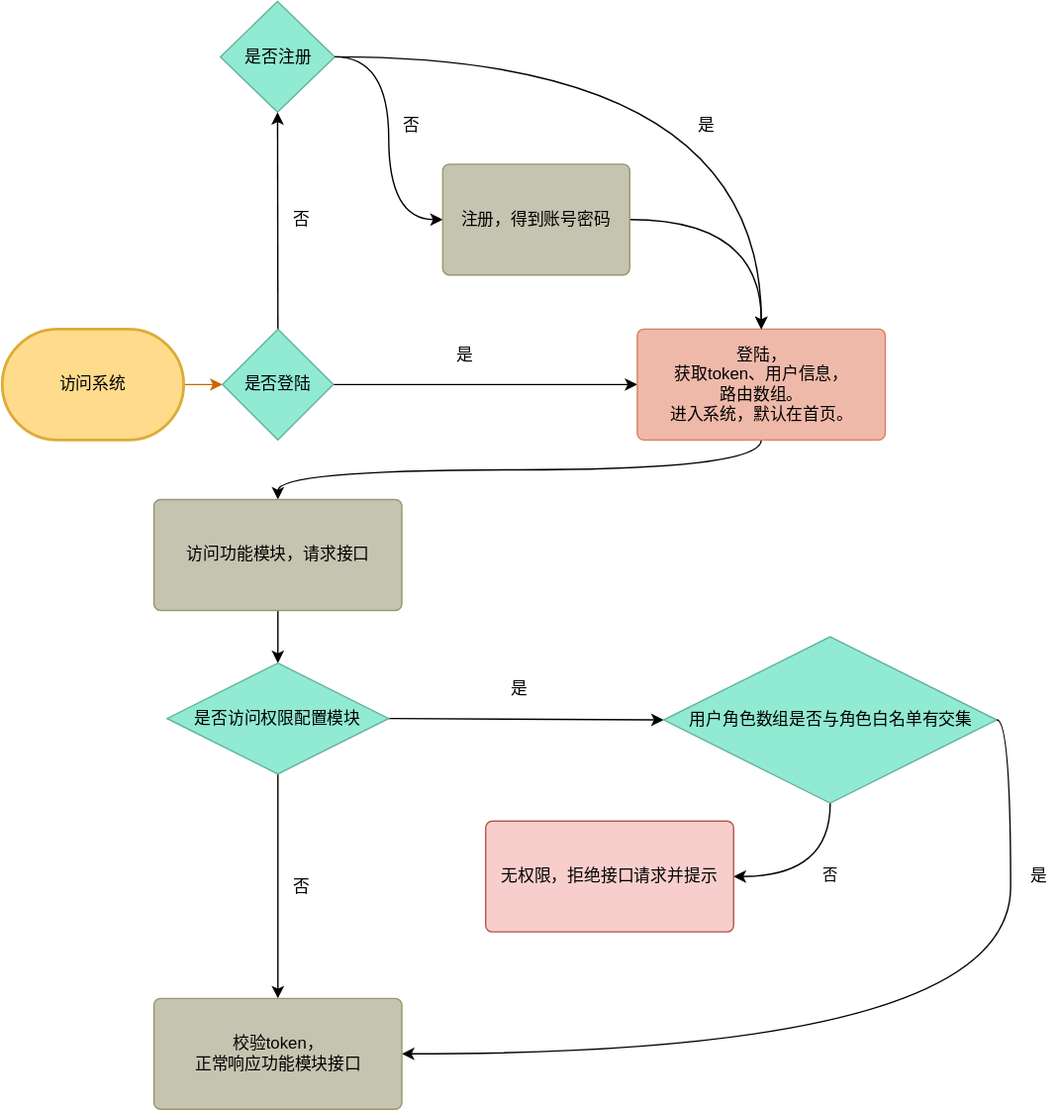
FHSWar/full-stack keeps this draw.io diagram as shared/后台系统——登陆与权限.svg. Above is the earlier version. Source tidied: cells renumbered, new cells last; positions are measured from the earlier drawing's top-left corner, leaving out a move shared by most shapes.
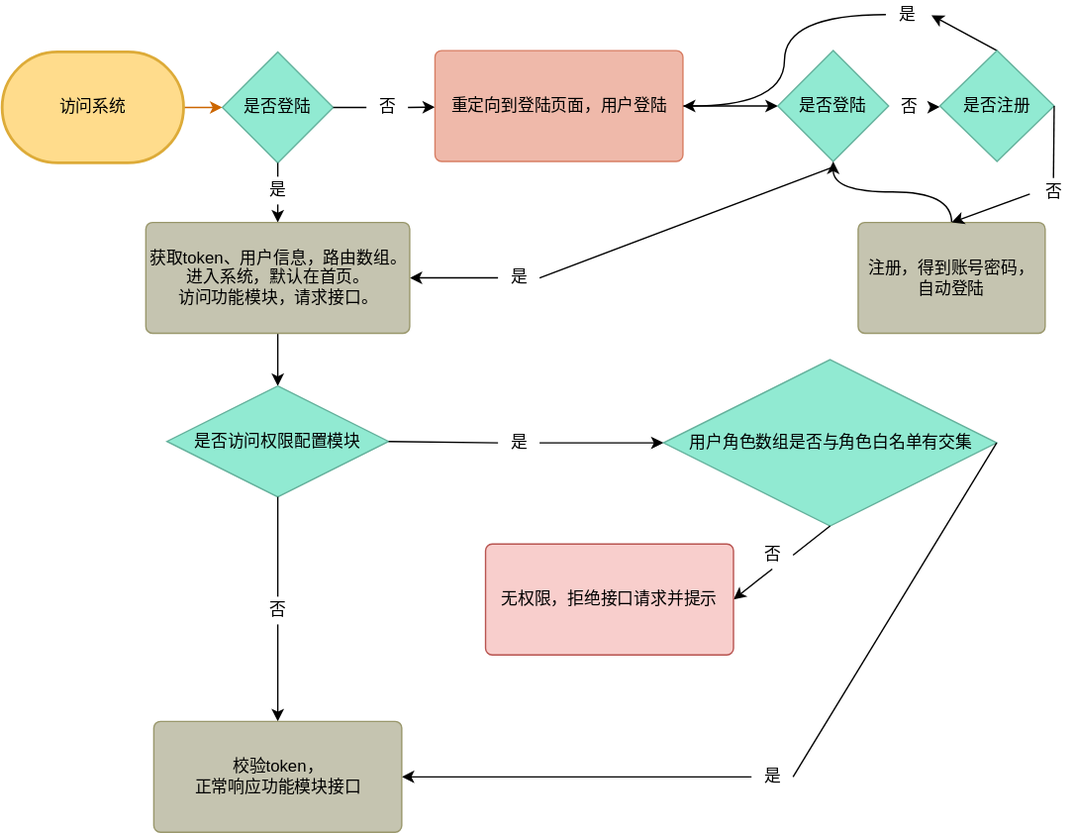
After the change.

Commit message:
refactor: 流程图调整

Diff of the diagram source:
```diff
@@ -8,20 +8,23 @@
     <mxCell id="3" value="访问系统" style="shape=mxgraph.flowchart.terminator;whiteSpace=wrap;html=1;fillColor=#FFDC8C;strokeColor=#DDAB38;strokeWidth=2;" parent="1" vertex="1">
       <mxGeometry y="237" width="131" height="80" as="geometry" />
     </mxCell>
-    <mxCell id="4" style="edgeStyle=none;html=1;exitX=0.5;exitY=0;exitDx=0;exitDy=0;exitPerimeter=0;entryX=0.5;entryY=1;entryDx=0;entryDy=0;entryPerimeter=0;" parent="1" edge="1" source="6" target="16">
-      <mxGeometry relative="1" as="geometry" />
-    </mxCell>
-    <mxCell id="5" style="edgeStyle=none;html=1;exitX=1;exitY=0.5;exitDx=0;exitDy=0;exitPerimeter=0;" parent="1" edge="1" source="6" target="8">
+    <mxCell id="5" style="edgeStyle=none;html=1;exitX=1;exitY=0.5;exitDx=0;exitDy=0;exitPerimeter=0;startArrow=none;" parent="1" edge="1" source="47" target="8">
       <mxGeometry relative="1" as="geometry" />
     </mxCell>
+    <mxCell id="33" style="edgeStyle=none;html=1;startArrow=none;" parent="1" edge="1" source="45" target="11">
+      <mxGeometry relative="1" as="geometry" />
+    </mxCell>
     <mxCell id="6" value="是否登陆" style="shape=mxgraph.flowchart.decision;whiteSpace=wrap;html=1;fillColor=#91EAD2;strokeColor=#64B19C;strokeWidth=1;" parent="1" vertex="1">
       <mxGeometry x="159" y="237" width="80" height="80" as="geometry" />
     </mxCell>
-    <mxCell id="7" style="edgeStyle=orthogonalEdgeStyle;html=1;exitX=0.5;exitY=1;exitDx=0;exitDy=0;exitPerimeter=0;entryX=0.5;entryY=0;entryDx=0;entryDy=0;entryPerimeter=0;curved=1;" parent="1" edge="1" source="8" target="11">
+    <mxCell id="7" style="html=1;exitX=0;exitY=0.5;exitDx=0;exitDy=0;exitPerimeter=0;entryX=1;entryY=0.5;entryDx=0;entryDy=0;entryPerimeter=0;startArrow=none;" parent="1" edge="1" source="42" target="11">
       <mxGeometry relative="1" as="geometry" />
     </mxCell>
+    <mxCell id="34" style="html=1;exitX=1;exitY=0.5;exitDx=0;exitDy=0;exitPerimeter=0;" parent="1" edge="1" source="8" target="36">
+      <mxGeometry relative="1" as="geometry" />
+    </mxCell>
-    <mxCell id="8" value="登陆，&lt;br&gt;获取token、用户信息，&lt;br&gt;路由数组。&lt;br&gt;进入系统，默认在首页。" style="shape=mxgraph.flowchart.process;whiteSpace=wrap;html=1;fillColor=#EFB9AA;strokeColor=#D77D63;strokeWidth=1;" parent="1" vertex="1">
-      <mxGeometry x="458.5" y="237" width="179" height="80" as="geometry" />
+    <mxCell id="8" value="重定向到登陆页面，用户登陆" style="shape=mxgraph.flowchart.process;whiteSpace=wrap;html=1;fillColor=#EFB9AA;strokeColor=#D77D63;strokeWidth=1;" parent="1" vertex="1">
+      <mxGeometry x="312.5" y="236" width="179" height="80" as="geometry" />
     </mxCell>
     <mxCell id="9" value="&lt;span style=&quot;color: rgba(0 , 0 , 0 , 0) ; font-family: monospace ; font-size: 0px&quot;&gt;dfdf&lt;/span&gt;" style="text;html=1;align=center;verticalAlign=middle;" parent="1" vertex="1">
       <mxGeometry x="285" y="246" width="20" height="20" as="geometry" />
@@ -29,45 +32,25 @@
     <mxCell id="10" style="edgeStyle=none;html=1;exitX=0.5;exitY=1;exitDx=0;exitDy=0;exitPerimeter=0;entryX=0.5;entryY=0;entryDx=0;entryDy=0;entryPerimeter=0;" parent="1" edge="1" source="11" target="14">
       <mxGeometry relative="1" as="geometry" />
     </mxCell>
-    <mxCell id="11" value="访问功能模块，请求接口" style="shape=mxgraph.flowchart.process;whiteSpace=wrap;html=1;fillColor=#C5C4B0;strokeColor=#99976B;strokeWidth=1;" parent="1" vertex="1">
-      <mxGeometry x="109.5" y="360" width="179" height="80" as="geometry" />
+    <mxCell id="11" value="&lt;span&gt;获取token、用户信息，&lt;/span&gt;&lt;span&gt;路由数组。&lt;/span&gt;&lt;br&gt;进入系统，默认在首页。&lt;br&gt;访问功能模块，请求接口。" style="shape=mxgraph.flowchart.process;whiteSpace=wrap;html=1;fillColor=#C5C4B0;strokeColor=#99976B;strokeWidth=1;" parent="1" vertex="1">
+      <mxGeometry x="103.8" y="360" width="190.5" height="80" as="geometry" />
     </mxCell>
-    <mxCell id="12" style="edgeStyle=none;html=1;exitX=1;exitY=0.5;exitDx=0;exitDy=0;exitPerimeter=0;entryX=0;entryY=0.5;entryDx=0;entryDy=0;entryPerimeter=0;" parent="1" edge="1" source="14" target="22">
+    <mxCell id="12" style="edgeStyle=none;html=1;exitX=1;exitY=0.5;exitDx=0;exitDy=0;exitPerimeter=0;entryX=0;entryY=0.5;entryDx=0;entryDy=0;entryPerimeter=0;startArrow=none;" parent="1" edge="1" source="30" target="22">
       <mxGeometry relative="1" as="geometry" />
     </mxCell>
-    <mxCell id="13" style="edgeStyle=none;html=1;exitX=0.5;exitY=1;exitDx=0;exitDy=0;exitPerimeter=0;" parent="1" edge="1" source="14" target="24">
+    <mxCell id="13" style="edgeStyle=none;html=1;exitX=0.5;exitY=1;exitDx=0;exitDy=0;exitPerimeter=0;startArrow=none;" parent="1" edge="1" source="31" target="24">
       <mxGeometry relative="1" as="geometry" />
     </mxCell>
     <mxCell id="14" value="是否访问权限配置模块" style="shape=mxgraph.flowchart.decision;whiteSpace=wrap;html=1;fillColor=#91EAD2;strokeColor=#64B19C;strokeWidth=1;" parent="1" vertex="1">
       <mxGeometry x="119" y="478" width="160" height="80" as="geometry" />
     </mxCell>
-    <mxCell id="15" style="edgeStyle=orthogonalEdgeStyle;html=1;exitX=1;exitY=0.5;exitDx=0;exitDy=0;exitPerimeter=0;entryX=0;entryY=0.5;entryDx=0;entryDy=0;entryPerimeter=0;curved=1;" parent="1" edge="1" source="16" target="18">
-      <mxGeometry relative="1" as="geometry" />
-    </mxCell>
-    <mxCell id="16" value="是否注册" style="shape=mxgraph.flowchart.decision;whiteSpace=wrap;html=1;fillColor=#91EAD2;strokeColor=#64B19C;strokeWidth=1;" parent="1" vertex="1">
-      <mxGeometry x="157.5" y="0.5" width="82.5" height="80" as="geometry" />
-    </mxCell>
-    <mxCell id="17" style="edgeStyle=orthogonalEdgeStyle;html=1;exitX=1;exitY=0.5;exitDx=0;exitDy=0;exitPerimeter=0;entryX=0.5;entryY=0;entryDx=0;entryDy=0;entryPerimeter=0;curved=1;" parent="1" edge="1" source="18" target="8">
-      <mxGeometry relative="1" as="geometry" />
-    </mxCell>
-    <mxCell id="18" value="注册，得到账号密码" style="shape=mxgraph.flowchart.process;whiteSpace=wrap;html=1;fillColor=#C5C4B0;strokeColor=#99976B;strokeWidth=1;" parent="1" vertex="1">
-      <mxGeometry x="318" y="118" width="135" height="80" as="geometry" />
-    </mxCell>
-    <mxCell id="19" style="edgeStyle=orthogonalEdgeStyle;html=1;exitX=1;exitY=0.5;exitDx=0;exitDy=0;exitPerimeter=0;entryX=0.5;entryY=0;entryDx=0;entryDy=0;entryPerimeter=0;curved=1;" parent="1" edge="1" source="16" target="8">
-      <mxGeometry relative="1" as="geometry" />
-    </mxCell>
-    <mxCell id="20" style="edgeStyle=orthogonalEdgeStyle;html=1;exitX=0.5;exitY=1;exitDx=0;exitDy=0;exitPerimeter=0;entryX=1;entryY=0.5;entryDx=0;entryDy=0;entryPerimeter=0;curved=1;" parent="1" edge="1" source="22" target="25">
+    <mxCell id="20" style="html=1;exitX=0.5;exitY=1;exitDx=0;exitDy=0;exitPerimeter=0;entryX=1;entryY=0.5;entryDx=0;entryDy=0;entryPerimeter=0;startArrow=none;" parent="1" edge="1" source="52" target="25">
       <mxGeometry relative="1" as="geometry" />
     </mxCell>
-    <mxCell id="21" value="否" style="edgeLabel;html=1;align=center;verticalAlign=middle;" parent="20" vertex="1">
-      <mxGeometry x="-0.35" y="-12" relative="1" as="geometry">
-        <mxPoint x="12" y="11" as="offset" />
-      </mxGeometry>
-    </mxCell>
     <mxCell id="22" value="用户角色数组是否与角色白名单有交集" style="shape=mxgraph.flowchart.decision;whiteSpace=wrap;html=1;fillColor=#91EAD2;strokeColor=#64B19C;strokeWidth=1;" parent="1" vertex="1">
       <mxGeometry x="477.5" y="459" width="240.5" height="120" as="geometry" />
     </mxCell>
-    <mxCell id="23" style="edgeStyle=orthogonalEdgeStyle;curved=1;html=1;exitX=1;exitY=0.5;exitDx=0;exitDy=0;exitPerimeter=0;entryX=1;entryY=0.5;entryDx=0;entryDy=0;entryPerimeter=0;" parent="1" edge="1" source="22" target="24">
+    <mxCell id="23" style="html=1;entryX=1;entryY=0.5;entryDx=0;entryDy=0;entryPerimeter=0;startArrow=none;" parent="1" edge="1" source="32" target="24">
       <mxGeometry relative="1" as="geometry" />
     </mxCell>
     <mxCell id="24" value="校验token，&lt;br&gt;正常响应功能模块接口" style="shape=mxgraph.flowchart.process;whiteSpace=wrap;html=1;fillColor=#C5C4B0;strokeColor=#99976B;strokeWidth=1;" parent="1" vertex="1">
@@ -76,26 +59,88 @@
     <mxCell id="25" value="无权限，拒绝接口请求并提示" style="shape=mxgraph.flowchart.process;whiteSpace=wrap;html=1;fillColor=#f8cecc;strokeColor=#b85450;strokeWidth=1;" parent="1" vertex="1">
       <mxGeometry x="349" y="592" width="179" height="80" as="geometry" />
     </mxCell>
-    <mxCell id="26" value="否" style="text;html=1;align=center;verticalAlign=middle;strokeColor=none;fillColor=none;" parent="1" vertex="1">
-      <mxGeometry x="200.8" y="148" width="30" height="20" as="geometry" />
-    </mxCell>
-    <mxCell id="27" value="是" style="text;html=1;align=center;verticalAlign=middle;strokeColor=none;fillColor=none;" parent="1" vertex="1">
-      <mxGeometry x="493" y="80" width="30" height="20" as="geometry" />
-    </mxCell>
-    <mxCell id="28" value="否" style="text;html=1;align=center;verticalAlign=middle;strokeColor=none;fillColor=none;" parent="1" vertex="1">
-      <mxGeometry x="280" y="80" width="30" height="20" as="geometry" />
-    </mxCell>
-    <mxCell id="29" value="是" style="text;html=1;align=center;verticalAlign=middle;strokeColor=none;fillColor=none;" parent="1" vertex="1">
-      <mxGeometry x="319" y="246" width="30" height="20" as="geometry" />
-    </mxCell>
+    <mxCell id="35" style="edgeStyle=none;html=1;startArrow=none;" parent="1" edge="1" source="56" target="16">
+      <mxGeometry relative="1" as="geometry" />
+    </mxCell>
+    <mxCell id="36" value="是否登陆" style="shape=mxgraph.flowchart.decision;whiteSpace=wrap;html=1;fillColor=#91EAD2;strokeColor=#64B19C;strokeWidth=1;" parent="1" vertex="1">
+      <mxGeometry x="560" y="236" width="80" height="80" as="geometry" />
+    </mxCell>
+    <mxCell id="37" style="edgeStyle=orthogonalEdgeStyle;html=1;exitX=0.5;exitY=0;exitDx=0;exitDy=0;exitPerimeter=0;entryX=0.5;entryY=1;entryDx=0;entryDy=0;entryPerimeter=0;curved=1;" parent="1" edge="1" source="38" target="36">
+      <mxGeometry relative="1" as="geometry" />
+    </mxCell>
+    <mxCell id="38" value="注册，得到账号密码，&lt;br&gt;自动登陆" style="shape=mxgraph.flowchart.process;whiteSpace=wrap;html=1;fillColor=#C5C4B0;strokeColor=#99976B;strokeWidth=1;" parent="1" vertex="1">
+      <mxGeometry x="618" y="360" width="135" height="80" as="geometry" />
+    </mxCell>
+    <mxCell id="39" style="html=1;startArrow=none;entryX=1;entryY=0.5;entryDx=0;entryDy=0;entryPerimeter=0;edgeStyle=orthogonalEdgeStyle;curved=1;" parent="1" edge="1" source="51" target="8">
+      <mxGeometry relative="1" as="geometry" />
+    </mxCell>
+    <mxCell id="40" style="edgeStyle=none;html=1;exitX=-0.069;exitY=0.575;exitDx=0;exitDy=0;exitPerimeter=0;entryX=0.5;entryY=0;entryDx=0;entryDy=0;entryPerimeter=0;startArrow=none;" parent="1" edge="1" source="54" target="38">
+      <mxGeometry relative="1" as="geometry" />
+    </mxCell>
+    <mxCell id="41" style="html=1;exitX=0.5;exitY=0;exitDx=0;exitDy=0;exitPerimeter=0;entryX=1.097;entryY=0.525;entryDx=0;entryDy=0;entryPerimeter=0;" parent="1" edge="1" source="16" target="51">
+      <mxGeometry relative="1" as="geometry" />
+    </mxCell>
+    <mxCell id="16" value="是否注册" style="shape=mxgraph.flowchart.decision;whiteSpace=wrap;html=1;fillColor=#91EAD2;strokeColor=#64B19C;strokeWidth=1;" parent="1" vertex="1">
+      <mxGeometry x="677" y="236" width="82.5" height="80" as="geometry" />
+    </mxCell>
+    <mxCell id="42" value="是" style="text;html=1;align=center;verticalAlign=middle;points=[];strokeColor=none;fillColor=none;" parent="1" vertex="1">
+      <mxGeometry x="358" y="390" width="30" height="20" as="geometry" />
+    </mxCell>
+    <mxCell id="43" style="html=1;entryX=1;entryY=0.5;entryDx=0;entryDy=0;entryPerimeter=0;endArrow=none;" parent="1" edge="1" target="42">
+      <mxGeometry relative="1" as="geometry">
+        <mxPoint x="600" y="320" as="sourcePoint" />
+      </mxGeometry>
+    </mxCell>
     <mxCell id="30" value="是" style="text;html=1;align=center;verticalAlign=middle;points=[];strokeColor=none;fillColor=none;" parent="1" vertex="1">
-      <mxGeometry x="358" y="487" width="30" height="20" as="geometry" />
+      <mxGeometry x="358" y="509" width="30" height="20" as="geometry" />
     </mxCell>
+    <mxCell id="44" style="edgeStyle=none;html=1;exitX=1;exitY=0.5;exitDx=0;exitDy=0;exitPerimeter=0;entryX=0;entryY=0.5;entryDx=0;entryDy=0;entryPerimeter=0;endArrow=none;" parent="1" edge="1" source="14" target="30">
+      <mxGeometry relative="1" as="geometry" />
+    </mxCell>
+    <mxCell id="45" value="是" style="text;html=1;align=center;verticalAlign=middle;points=[];strokeColor=none;fillColor=none;" parent="1" vertex="1">
+      <mxGeometry x="184" y="327" width="30" height="20" as="geometry" />
+    </mxCell>
+    <mxCell id="46" style="edgeStyle=none;html=1;endArrow=none;" parent="1" edge="1" source="6" target="45">
+      <mxGeometry relative="1" as="geometry" />
+    </mxCell>
+    <mxCell id="47" value="否" style="text;html=1;align=center;verticalAlign=middle;points=[];strokeColor=none;fillColor=none;" parent="1" vertex="1">
+      <mxGeometry x="263" y="267" width="30" height="20" as="geometry" />
+    </mxCell>
+    <mxCell id="48" style="edgeStyle=none;html=1;exitX=1;exitY=0.5;exitDx=0;exitDy=0;exitPerimeter=0;endArrow=none;" parent="1" edge="1" source="6" target="47">
+      <mxGeometry relative="1" as="geometry" />
+    </mxCell>
     <mxCell id="31" value="否" style="text;html=1;align=center;verticalAlign=middle;points=[];strokeColor=none;fillColor=none;" parent="1" vertex="1">
-      <mxGeometry x="200.8" y="630" width="30" height="20" as="geometry" />
+      <mxGeometry x="184" y="630" width="30" height="20" as="geometry" />
     </mxCell>
+    <mxCell id="49" style="edgeStyle=none;html=1;exitX=0.5;exitY=1;exitDx=0;exitDy=0;exitPerimeter=0;endArrow=none;" parent="1" edge="1" source="14" target="31">
+      <mxGeometry relative="1" as="geometry" />
+    </mxCell>
     <mxCell id="32" value="是" style="text;html=1;align=center;verticalAlign=middle;points=[];strokeColor=none;fillColor=none;" parent="1" vertex="1">
-      <mxGeometry x="733" y="622" width="30" height="20" as="geometry" />
+      <mxGeometry x="541" y="750" width="30" height="20" as="geometry" />
     </mxCell>
+    <mxCell id="50" style="html=1;exitX=1;exitY=0.5;exitDx=0;exitDy=0;exitPerimeter=0;entryX=1;entryY=0.5;entryDx=0;entryDy=0;entryPerimeter=0;endArrow=none;" parent="1" edge="1" source="22" target="32">
+      <mxGeometry relative="1" as="geometry" />
+    </mxCell>
+    <mxCell id="51" value="是" style="text;html=1;align=center;verticalAlign=middle;points=[];strokeColor=none;fillColor=none;" parent="1" vertex="1">
+      <mxGeometry x="638" y="200" width="30" height="20" as="geometry" />
+    </mxCell>
+    <mxCell id="52" value="否" style="text;html=1;align=center;verticalAlign=middle;points=[];strokeColor=none;fillColor=none;" parent="1" vertex="1">
+      <mxGeometry x="541" y="590" width="30" height="20" as="geometry" />
+    </mxCell>
+    <mxCell id="53" style="html=1;exitX=0.5;exitY=1;exitDx=0;exitDy=0;exitPerimeter=0;entryX=1;entryY=0.5;entryDx=0;entryDy=0;entryPerimeter=0;endArrow=none;" parent="1" edge="1" source="22" target="52">
+      <mxGeometry relative="1" as="geometry" />
+    </mxCell>
+    <mxCell id="54" value="否" style="text;html=1;align=center;verticalAlign=middle;points=[];strokeColor=none;fillColor=none;" parent="1" vertex="1">
+      <mxGeometry x="744" y="328" width="30" height="20" as="geometry" />
+    </mxCell>
+    <mxCell id="55" style="edgeStyle=none;html=1;exitX=1;exitY=0.5;exitDx=0;exitDy=0;exitPerimeter=0;entryX=0.5;entryY=0;entryDx=0;entryDy=0;entryPerimeter=0;endArrow=none;" parent="1" edge="1" source="16" target="54">
+      <mxGeometry relative="1" as="geometry" />
+    </mxCell>
+    <mxCell id="56" value="否" style="text;html=1;align=center;verticalAlign=middle;points=[];strokeColor=none;fillColor=none;" parent="1" vertex="1">
+      <mxGeometry x="640" y="267" width="30" height="20" as="geometry" />
+    </mxCell>
+    <mxCell id="57" style="edgeStyle=none;html=1;endArrow=none;" parent="1" edge="1" source="36" target="56">
+      <mxGeometry relative="1" as="geometry" />
+    </mxCell>
   </root>
 </mxGraphModel>
```
